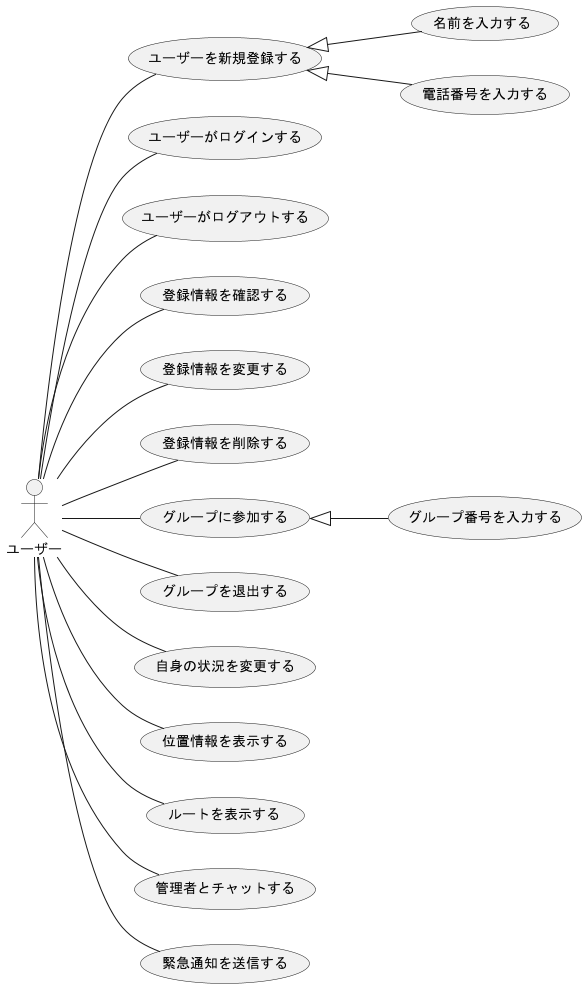
Above: out/F_usecase_user/ユースケース.png in ksw2270227/GroupF (PlantUML), before the change.
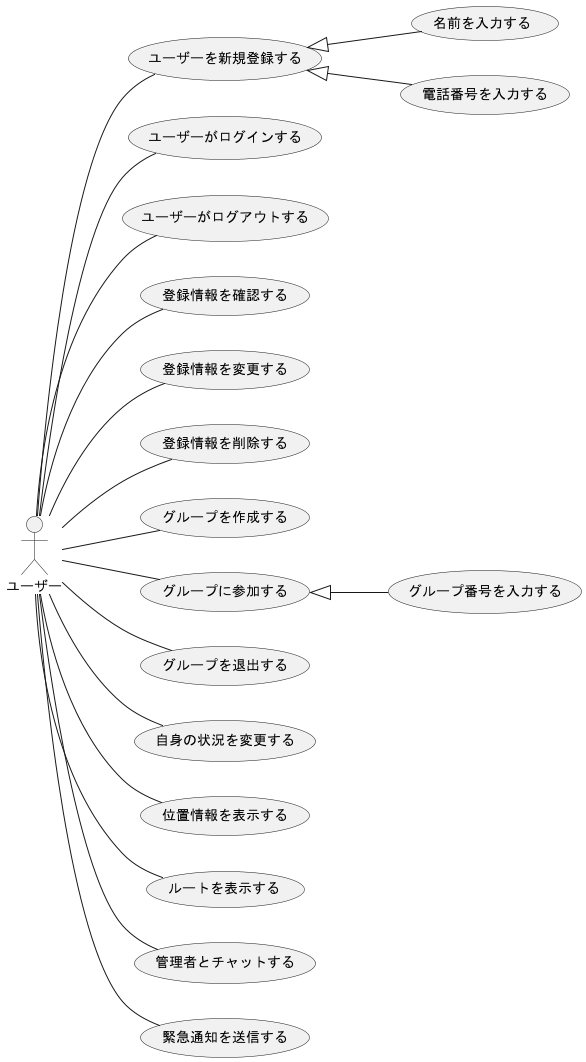
After the commit.

The edit, as a diff of the source:
```diff
@@ -9,6 +9,7 @@
 ユーザー -- (登録情報を確認する)
 ユーザー -- (登録情報を変更する)
 ユーザー -- (登録情報を削除する)
+ユーザー -- (グループを作成する)
 ユーザー -- (グループに参加する)
 ユーザー -- (グループを退出する)
 ユーザー -- (自身の状況を変更する)
```
